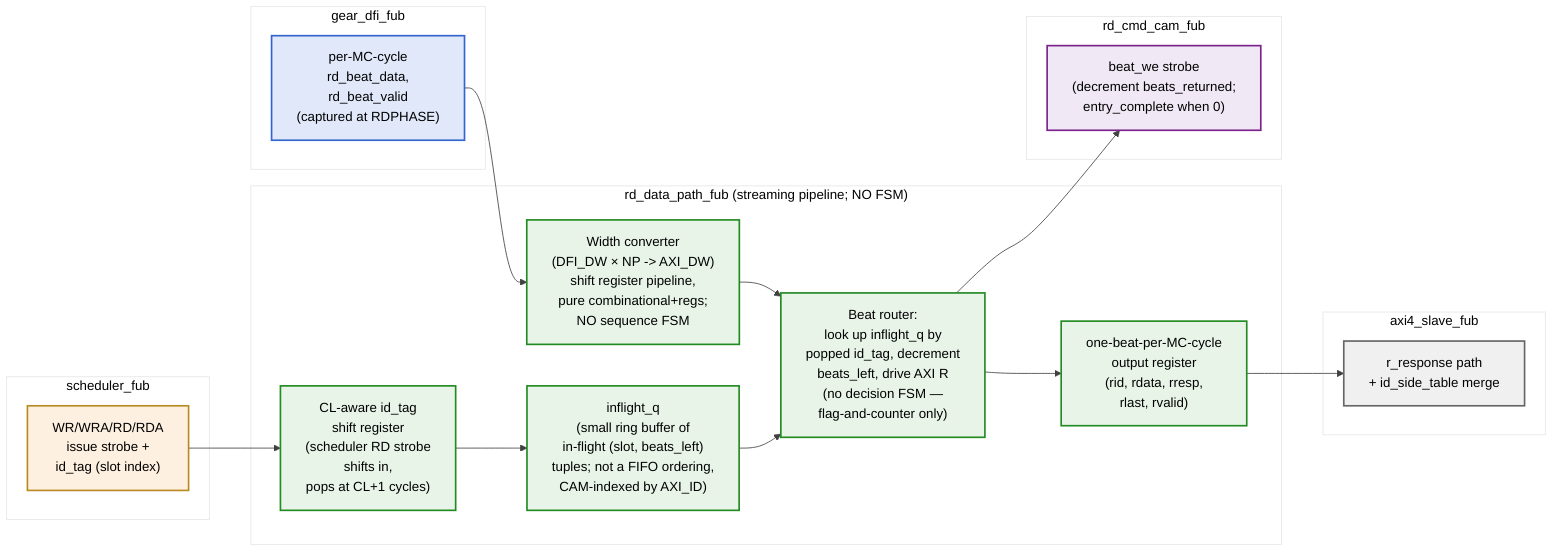
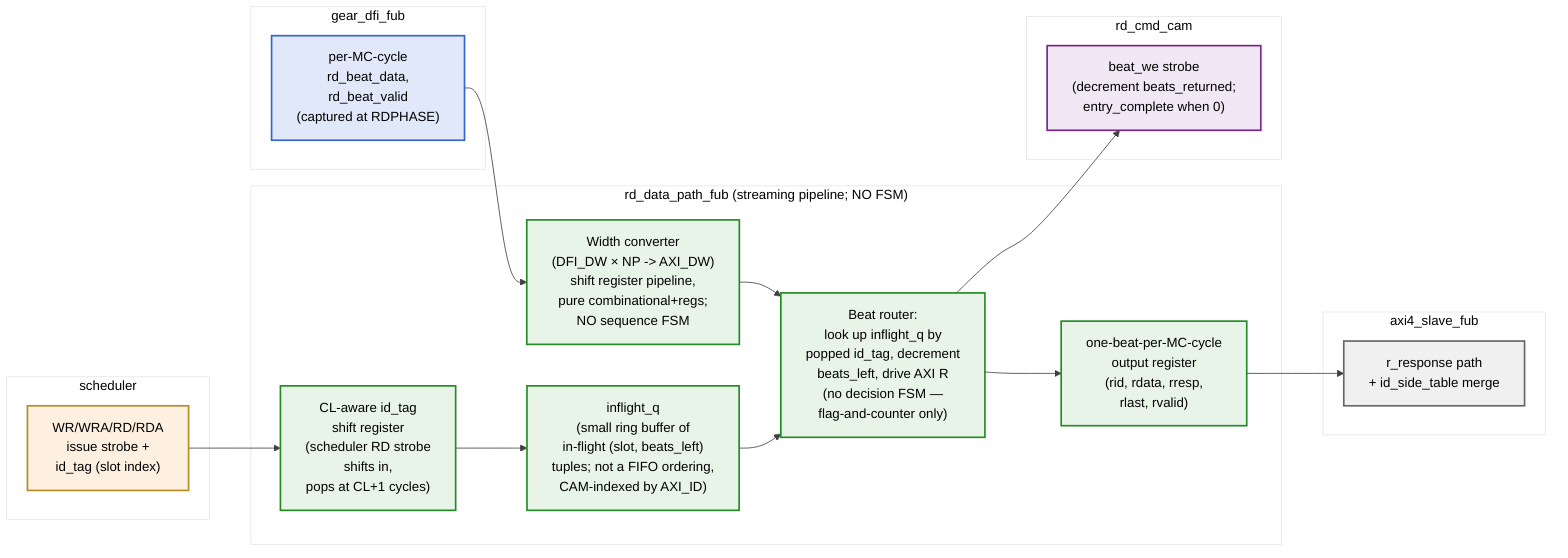
%%{init: {'theme': 'base', 'themeVariables': { 'primaryColor': '#e8f4e8', 'primaryTextColor': '#000', 'primaryBorderColor': '#228B22', 'lineColor': '#404040', 'secondaryColor': '#f0f0f0', 'tertiaryColor': '#fff'}}}%%
flowchart LR
    subgraph GEAR["gear_dfi_fub"]
        rd_lane["per-MC-cycle<br/>rd_beat_data,<br/>rd_beat_valid<br/>(captured at RDPHASE)"]
    end

-     subgraph SCHED["scheduler_fub"]
+     subgraph SCHED["scheduler"]
        rd_strobe["WR/WRA/RD/RDA<br/>issue strobe +<br/>id_tag (slot index)"]
    end

    subgraph RDP["rd_data_path_fub (streaming pipeline; NO FSM)"]
        cl_pipe["CL-aware id_tag<br/>shift register<br/>(scheduler RD strobe<br/> shifts in,<br/> pops at CL+1 cycles)"]
        inflight_q["inflight_q<br/>(small ring buffer of<br/> in-flight (slot, beats_left)<br/> tuples; not a FIFO ordering,<br/> CAM-indexed by AXI_ID)"]
        width_unconv["Width converter<br/>(DFI_DW × NP -> AXI_DW)<br/>shift register pipeline,<br/> pure combinational+regs;<br/> NO sequence FSM"]
        beat_route["Beat router:<br/>look up inflight_q by<br/> popped id_tag, decrement<br/> beats_left, drive AXI R<br/>(no decision FSM —<br/> flag-and-counter only)"]
        beat_pipe["one-beat-per-MC-cycle<br/>output register<br/>(rid, rdata, rresp,<br/> rlast, rvalid)"]
    end

-     subgraph CAM["rd_cmd_cam_fub"]
+     subgraph CAM["rd_cmd_cam"]
        beat_done["beat_we strobe<br/>(decrement beats_returned;<br/> entry_complete when 0)"]
    end

    subgraph AXI["axi4_slave_fub"]
        r_resp["r_response path<br/>+ id_side_table merge"]
    end

    rd_strobe --> cl_pipe
    cl_pipe --> inflight_q
    rd_lane --> width_unconv
    width_unconv --> beat_route
    inflight_q --> beat_route
    beat_route --> beat_pipe
    beat_pipe --> r_resp
    beat_route --> beat_done

    classDef gearblock fill:#e0e8fa,stroke:#3366CC,stroke-width:2px
    classDef schedblock fill:#fef0e0,stroke:#B88B22,stroke-width:2px
    classDef rdpblock fill:#e8f4e8,stroke:#228B22,stroke-width:2px
    classDef camblock fill:#f0e8f4,stroke:#7B228B,stroke-width:2px
    classDef axiblock fill:#f0f0f0,stroke:#666666,stroke-width:2px

    class rd_lane gearblock
    class rd_strobe schedblock
    class cl_pipe,inflight_q,width_unconv,beat_route,beat_pipe rdpblock
    class beat_done camblock
    class r_resp axiblock
